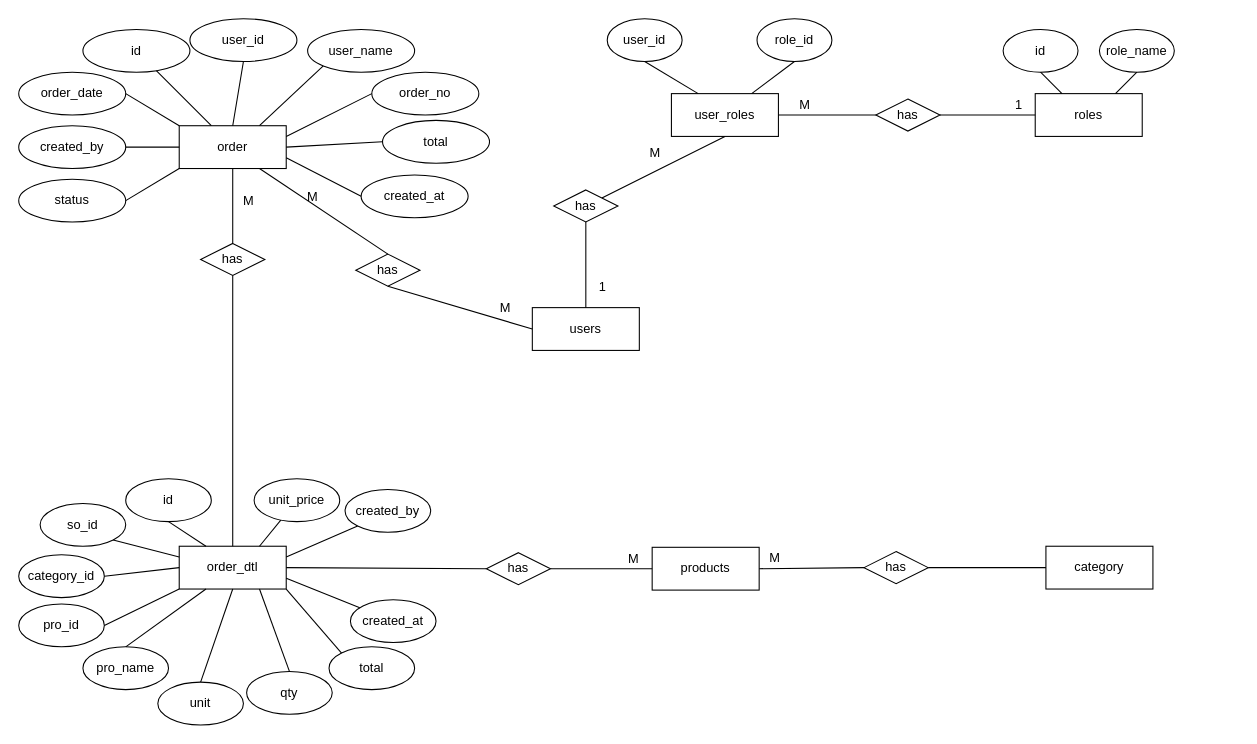
Earlier version of the draw.io diagram Untitled Diagram.drawio (heanphearom/-img). Source tidied: cells renumbered, new cells numbered last; positions are measured from the earlier drawing's top-left corner, leaving out a move shared by most shapes. Both pictures are drawn from the tidied source at 107%, with x=0, y=0 at pixel (18, 18).
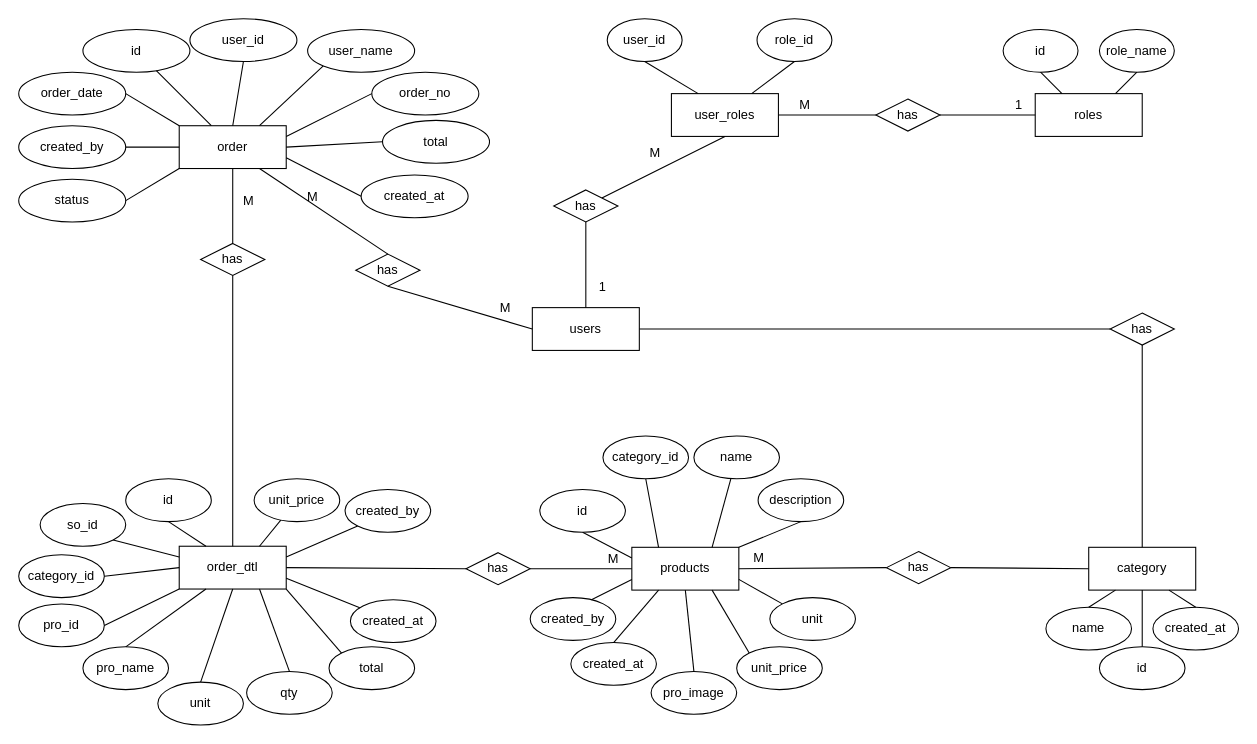
The same diagram, later.

Unchanged cells that the change refers to:
```xml
<mxCell id="26" value="users" style="whiteSpace=wrap;html=1;align=center;fontSize=12;" parent="1" vertex="1">
  <mxGeometry x="480" y="270" width="100" height="40" as="geometry" />
</mxCell>
```

Change to the diagram source:
```diff
@@
     <mxCell id="74" value="products" style="whiteSpace=wrap;html=1;align=center;fontSize=12;" parent="1" vertex="1">
-      <mxGeometry x="592" y="494" width="100" height="40" as="geometry" />
+      <mxGeometry x="573" y="494" width="100" height="40" as="geometry" />
     </mxCell>
     <mxCell id="75" value="has" style="shape=rhombus;perimeter=rhombusPerimeter;whiteSpace=wrap;html=1;align=center;fontSize=12;" parent="1" vertex="1">
-      <mxGeometry x="437" y="499" width="60" height="30" as="geometry" />
+      <mxGeometry x="418" y="499" width="60" height="30" as="geometry" />
     </mxCell>
@@
     <mxCell id="78" value="M" style="text;strokeColor=none;fillColor=none;spacingLeft=4;spacingRight=4;overflow=hidden;fontSize=12;align=center;verticalAlign=middle;" parent="1" vertex="1">
-      <mxGeometry x="560" y="494" width="30" height="20" as="geometry" />
+      <mxGeometry x="541" y="494" width="30" height="20" as="geometry" />
     </mxCell>
     <mxCell id="79" value="category" style="whiteSpace=wrap;html=1;align=center;fontSize=12;" parent="1" vertex="1">
-      <mxGeometry x="960" y="493" width="100" height="40" as="geometry" />
+      <mxGeometry x="1000" y="494" width="100" height="40" as="geometry" />
     </mxCell>
@@
     <mxCell id="81" value="has" style="shape=rhombus;perimeter=rhombusPerimeter;whiteSpace=wrap;html=1;align=center;fontSize=12;" parent="1" vertex="1">
-      <mxGeometry x="790" y="498" width="60" height="30" as="geometry" />
+      <mxGeometry x="811" y="498" width="60" height="30" as="geometry" />
     </mxCell>
-    <mxCell id="82" style="endArrow=none;html=1;rounded=0;fontSize=12;strokeWidth=1;exitX=0;exitY=0.5;exitDx=0;exitDy=0;entryX=1;entryY=0.5;entryDx=0;entryDy=0;" parent="1" edge="1" source="79" target="81">
+    <mxCell id="82" style="endArrow=none;html=1;rounded=0;fontSize=12;strokeWidth=1;entryX=1;entryY=0.5;entryDx=0;entryDy=0;exitX=0;exitY=0.5;exitDx=0;exitDy=0;" parent="1" edge="1" source="79" target="81">
       <mxGeometry relative="1" as="geometry" />
     </mxCell>
     <mxCell id="83" value="M" style="text;strokeColor=none;fillColor=none;spacingLeft=4;spacingRight=4;overflow=hidden;fontSize=12;align=center;verticalAlign=middle;" parent="1" vertex="1">
-      <mxGeometry x="692" y="493" width="30" height="20" as="geometry" />
+      <mxGeometry x="677" y="493" width="30" height="20" as="geometry" />
     </mxCell>
+    <mxCell id="84" value="description" style="ellipse;whiteSpace=wrap;html=1;align=center;fontSize=12;" parent="1" vertex="1">
+      <mxGeometry x="691" y="430" width="80" height="40" as="geometry" />
+    </mxCell>
+    <mxCell id="85" value="pro_image" style="ellipse;whiteSpace=wrap;html=1;align=center;fontSize=12;" parent="1" vertex="1">
+      <mxGeometry x="591" y="610" width="80" height="40" as="geometry" />
+    </mxCell>
+    <mxCell id="86" value="created_at" style="ellipse;whiteSpace=wrap;html=1;align=center;fontSize=12;" parent="1" vertex="1">
+      <mxGeometry x="516" y="583" width="80" height="40" as="geometry" />
+    </mxCell>
+    <mxCell id="87" value="unit_price" style="ellipse;whiteSpace=wrap;html=1;align=center;fontSize=12;" parent="1" vertex="1">
+      <mxGeometry x="671" y="587" width="80" height="40" as="geometry" />
+    </mxCell>
+    <mxCell id="88" value="unit" style="ellipse;whiteSpace=wrap;html=1;align=center;fontSize=12;" parent="1" vertex="1">
+      <mxGeometry x="702" y="541" width="80" height="40" as="geometry" />
+    </mxCell>
+    <mxCell id="89" value="created_by" style="ellipse;whiteSpace=wrap;html=1;align=center;fontSize=12;" parent="1" vertex="1">
+      <mxGeometry x="478" y="541" width="80" height="40" as="geometry" />
+    </mxCell>
+    <mxCell id="90" value="name" style="ellipse;whiteSpace=wrap;html=1;align=center;fontSize=12;" parent="1" vertex="1">
+      <mxGeometry x="631" y="390" width="80" height="40" as="geometry" />
+    </mxCell>
+    <mxCell id="91" value="category_id" style="ellipse;whiteSpace=wrap;html=1;align=center;fontSize=12;" parent="1" vertex="1">
+      <mxGeometry x="546" y="390" width="80" height="40" as="geometry" />
+    </mxCell>
+    <mxCell id="92" value="id" style="ellipse;whiteSpace=wrap;html=1;align=center;fontSize=12;" parent="1" vertex="1">
+      <mxGeometry x="487" y="440" width="80" height="40" as="geometry" />
+    </mxCell>
+    <mxCell id="93" style="endArrow=none;html=1;rounded=0;fontSize=12;strokeWidth=1;exitX=0.716;exitY=0.049;exitDx=0;exitDy=0;entryX=0;entryY=0.75;entryDx=0;entryDy=0;exitPerimeter=0;" parent="1" edge="1" source="89" target="74">
+      <mxGeometry relative="1" as="geometry" />
+    </mxCell>
+    <mxCell id="94" style="endArrow=none;html=1;rounded=0;fontSize=12;strokeWidth=1;exitX=0.5;exitY=0;exitDx=0;exitDy=0;entryX=0.25;entryY=1;entryDx=0;entryDy=0;" parent="1" edge="1" source="86" target="74">
+      <mxGeometry relative="1" as="geometry" />
+    </mxCell>
+    <mxCell id="95" style="endArrow=none;html=1;rounded=0;fontSize=12;strokeWidth=1;exitX=0.5;exitY=0;exitDx=0;exitDy=0;entryX=0.5;entryY=1;entryDx=0;entryDy=0;" parent="1" edge="1" source="85" target="74">
+      <mxGeometry relative="1" as="geometry" />
+    </mxCell>
+    <mxCell id="96" style="endArrow=none;html=1;rounded=0;fontSize=12;strokeWidth=1;exitX=0;exitY=0;exitDx=0;exitDy=0;entryX=0.75;entryY=1;entryDx=0;entryDy=0;" parent="1" edge="1" source="87" target="74">
+      <mxGeometry relative="1" as="geometry" />
+    </mxCell>
+    <mxCell id="97" style="endArrow=none;html=1;rounded=0;fontSize=12;strokeWidth=1;exitX=1;exitY=0.75;exitDx=0;exitDy=0;entryX=0;entryY=0;entryDx=0;entryDy=0;" parent="1" edge="1" source="74" target="88">
+      <mxGeometry relative="1" as="geometry" />
+    </mxCell>
+    <mxCell id="98" style="endArrow=none;html=1;rounded=0;fontSize=12;strokeWidth=1;exitX=0.5;exitY=1;exitDx=0;exitDy=0;entryX=0;entryY=0.25;entryDx=0;entryDy=0;" parent="1" edge="1" source="92" target="74">
+      <mxGeometry relative="1" as="geometry" />
+    </mxCell>
+    <mxCell id="99" style="endArrow=none;html=1;rounded=0;fontSize=12;strokeWidth=1;exitX=0.5;exitY=1;exitDx=0;exitDy=0;entryX=0.25;entryY=0;entryDx=0;entryDy=0;" parent="1" edge="1" source="91" target="74">
+      <mxGeometry relative="1" as="geometry" />
+    </mxCell>
+    <mxCell id="100" style="endArrow=none;html=1;rounded=0;fontSize=12;strokeWidth=1;entryX=0.75;entryY=0;entryDx=0;entryDy=0;" parent="1" edge="1" source="90" target="74">
+      <mxGeometry relative="1" as="geometry" />
+    </mxCell>
+    <mxCell id="101" style="endArrow=none;html=1;rounded=0;fontSize=12;strokeWidth=1;exitX=0.5;exitY=1;exitDx=0;exitDy=0;entryX=1;entryY=0;entryDx=0;entryDy=0;" parent="1" edge="1" source="84" target="74">
+      <mxGeometry relative="1" as="geometry" />
+    </mxCell>
+    <mxCell id="102" value="id" style="ellipse;whiteSpace=wrap;html=1;align=center;fontSize=12;" parent="1" vertex="1">
+      <mxGeometry x="1010" y="587" width="80" height="40" as="geometry" />
+    </mxCell>
+    <mxCell id="103" value="name" style="ellipse;whiteSpace=wrap;html=1;align=center;fontSize=12;" parent="1" vertex="1">
+      <mxGeometry x="960" y="550" width="80" height="40" as="geometry" />
+    </mxCell>
+    <mxCell id="104" value="created_at" style="ellipse;whiteSpace=wrap;html=1;align=center;fontSize=12;" parent="1" vertex="1">
+      <mxGeometry x="1060" y="550" width="80" height="40" as="geometry" />
+    </mxCell>
+    <mxCell id="105" style="endArrow=none;html=1;rounded=0;fontSize=12;strokeWidth=1;entryX=0.5;entryY=0;entryDx=0;entryDy=0;exitX=0.5;exitY=1;exitDx=0;exitDy=0;" parent="1" edge="1" source="79" target="102">
+      <mxGeometry relative="1" as="geometry" />
+    </mxCell>
+    <mxCell id="106" style="endArrow=none;html=1;rounded=0;fontSize=12;strokeWidth=1;exitX=0.5;exitY=0;exitDx=0;exitDy=0;entryX=0.25;entryY=1;entryDx=0;entryDy=0;" parent="1" edge="1" source="103" target="79">
+      <mxGeometry relative="1" as="geometry" />
+    </mxCell>
+    <mxCell id="107" style="endArrow=none;html=1;rounded=0;fontSize=12;strokeWidth=1;exitX=0.5;exitY=0;exitDx=0;exitDy=0;entryX=0.75;entryY=1;entryDx=0;entryDy=0;" parent="1" edge="1" source="104" target="79">
+      <mxGeometry relative="1" as="geometry" />
+    </mxCell>
+    <mxCell id="108" value="has" style="shape=rhombus;perimeter=rhombusPerimeter;whiteSpace=wrap;html=1;align=center;fontSize=12;" parent="1" vertex="1">
+      <mxGeometry x="1020" y="275" width="60" height="30" as="geometry" />
+    </mxCell>
+    <mxCell id="109" style="endArrow=none;html=1;rounded=0;fontSize=12;strokeWidth=1;exitX=1;exitY=0.5;exitDx=0;exitDy=0;entryX=0;entryY=0.5;entryDx=0;entryDy=0;" parent="1" edge="1" source="26" target="108">
+      <mxGeometry relative="1" as="geometry" />
+    </mxCell>
+    <mxCell id="110" style="endArrow=none;html=1;rounded=0;fontSize=12;strokeWidth=1;exitX=0.5;exitY=1;exitDx=0;exitDy=0;entryX=0.5;entryY=0;entryDx=0;entryDy=0;" parent="1" edge="1" source="108" target="79">
+      <mxGeometry relative="1" as="geometry" />
+    </mxCell>
```
